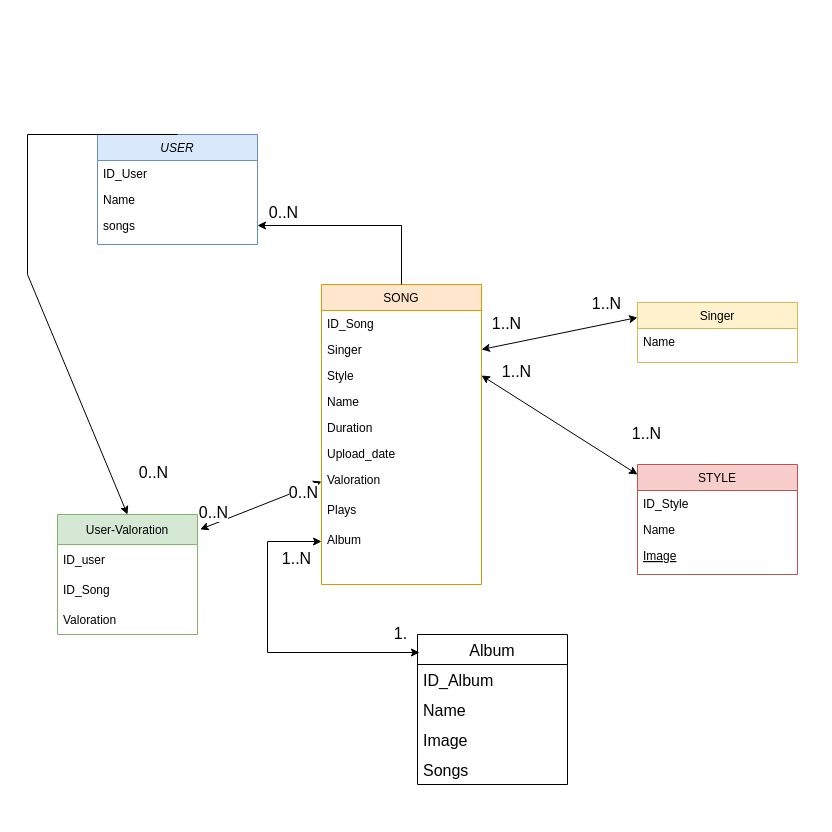
Above: draw/database.drawio in abeja21/PFB-Kreitekfy-B (draw.io), before the change. Source tidied: cells renumbered, new cells numbered last; positions are measured from the earlier drawing's top-left corner, leaving out a move shared by most shapes. Both pictures are drawn from the tidied source at 100%, with x=0, y=0 at pixel (27, 134).
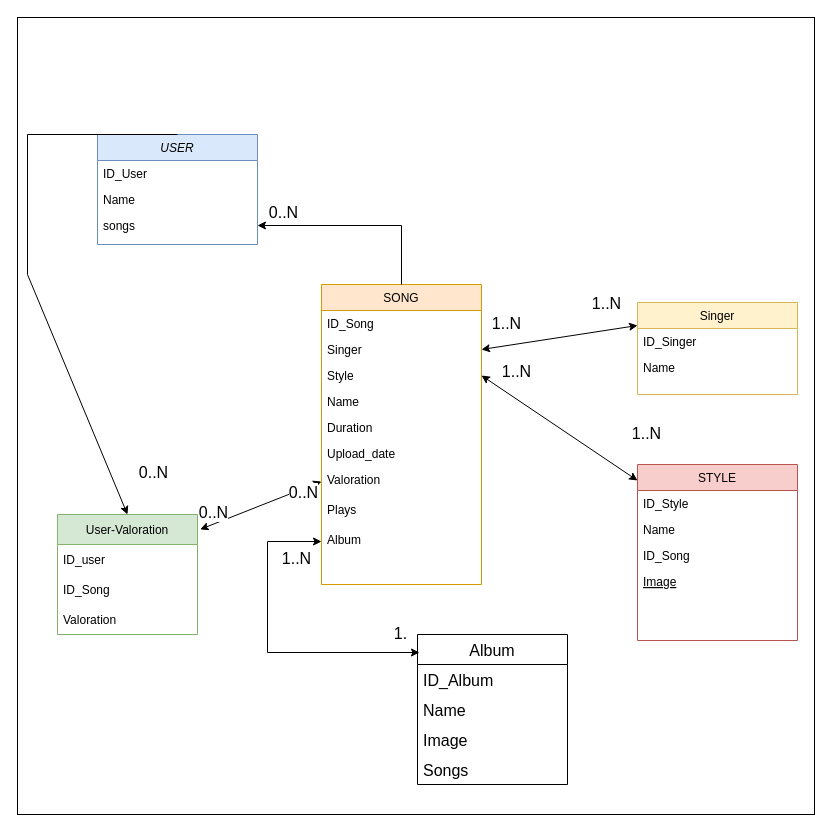
The same page after the edit.

Change to the diagram source:
```diff
@@
+    <mxCell id="47" style="whiteSpace=wrap;html=1;" parent="1" vertex="1">
+      <mxGeometry x="-10" y="-117" width="797" height="797" as="geometry" />
+    </mxCell>
@@
     <mxCell id="6" value="STYLE" style="swimlane;fontStyle=0;align=center;verticalAlign=top;horizontal=1;startSize=26;rounded=0;shadow=0;strokeWidth=1;fillColor=#f8cecc;strokeColor=#b85450;" parent="1" vertex="1">
-      <mxGeometry x="610" y="330" width="160" height="110" as="geometry" />
+      <mxGeometry x="610" y="330" width="160" height="176" as="geometry" />
     </mxCell>
@@
+    <mxCell id="48" value="ID_Song" style="text;align=left;verticalAlign=top;spacingLeft=4;spacingRight=4;overflow=hidden;rounded=0;shadow=0;html=0;" parent="6" vertex="1">
+      <mxGeometry y="78" width="160" height="26" as="geometry" />
+    </mxCell>
     <mxCell id="9" value="Image" style="text;align=left;verticalAlign=top;spacingLeft=4;spacingRight=4;overflow=hidden;fontStyle=4;" parent="6" vertex="1">
-      <mxGeometry y="78" width="160" height="26" as="geometry" />
+      <mxGeometry y="104" width="160" height="72" as="geometry" />
     </mxCell>
     <mxCell id="10" value="Singer" style="swimlane;fontStyle=0;align=center;verticalAlign=top;horizontal=1;startSize=26;rounded=0;shadow=0;strokeWidth=1;fillColor=#fff2cc;strokeColor=#d6b656;" parent="1" vertex="1">
-      <mxGeometry x="610" y="168" width="160" height="60" as="geometry" />
+      <mxGeometry x="610" y="168" width="160" height="92" as="geometry" />
     </mxCell>
-    <mxCell id="11" value="Name" style="text;align=left;verticalAlign=top;spacingLeft=4;spacingRight=4;overflow=hidden;" parent="10" vertex="1">
+    <mxCell id="11" value="ID_Singer&#10;" style="text;align=left;verticalAlign=top;spacingLeft=4;spacingRight=4;overflow=hidden;" parent="10" vertex="1">
       <mxGeometry y="26" width="160" height="26" as="geometry" />
     </mxCell>
+    <mxCell id="49" value="Name" style="text;align=left;verticalAlign=top;spacingLeft=4;spacingRight=4;overflow=hidden;" parent="10" vertex="1">
+      <mxGeometry y="52" width="160" height="26" as="geometry" />
+    </mxCell>
```
